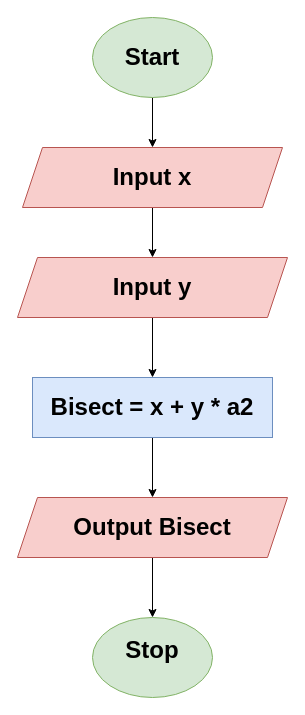
Earlier version of the draw.io diagram Untitled Diagram.drawio (auroprakash5/ScratchProjects). Source tidied: cells renumbered, new cells numbered last; positions are measured from the earlier drawing's top-left corner, leaving out a move shared by most shapes. Both pictures are drawn from the tidied source at 100%, with x=0, y=0 at pixel (17, 17).
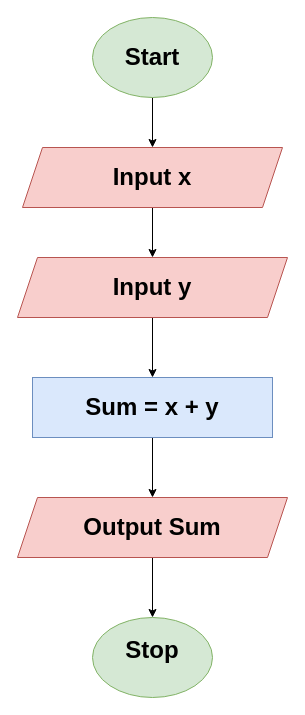
The same diagram, later.

The edit, as a diff of the source:
```diff
@@
 <mxGraphModel>
   <root>
     <mxCell id="0" />
     <mxCell id="1" parent="0" />
     <mxCell id="2" style="edgeStyle=orthogonalEdgeStyle;rounded=0;jettySize=auto;html=1;" parent="1" edge="1" source="3" target="5">
       <mxGeometry relative="1" as="geometry" />
     </mxCell>
     <mxCell id="3" value="&lt;h1&gt;Start&lt;/h1&gt;" style="ellipse;whiteSpace=wrap;html=1;fillColor=#d5e8d4;strokeColor=#82b366;" parent="1" vertex="1">
       <mxGeometry x="75" width="120" height="80" as="geometry" />
     </mxCell>
     <mxCell id="4" style="edgeStyle=orthogonalEdgeStyle;rounded=0;jettySize=auto;html=1;" parent="1" edge="1" source="5" target="7">
       <mxGeometry relative="1" as="geometry" />
     </mxCell>
     <mxCell id="5" value="&lt;h1&gt;Input x&lt;/h1&gt;" style="shape=parallelogram;perimeter=parallelogramPerimeter;whiteSpace=wrap;html=1;fixedSize=1;fillColor=#f8cecc;strokeColor=#b85450;" parent="1" vertex="1">
       <mxGeometry x="5" y="130" width="260" height="60" as="geometry" />
     </mxCell>
     <mxCell id="6" style="edgeStyle=orthogonalEdgeStyle;rounded=0;jettySize=auto;html=1;" parent="1" edge="1" source="7" target="9">
       <mxGeometry relative="1" as="geometry" />
     </mxCell>
     <mxCell id="7" value="&lt;h1&gt;Input y&lt;/h1&gt;" style="shape=parallelogram;perimeter=parallelogramPerimeter;whiteSpace=wrap;html=1;fixedSize=1;fillColor=#f8cecc;strokeColor=#b85450;" parent="1" vertex="1">
       <mxGeometry y="240" width="270" height="60" as="geometry" />
     </mxCell>
     <mxCell id="8" style="edgeStyle=orthogonalEdgeStyle;rounded=0;jettySize=auto;html=1;" parent="1" edge="1" source="9" target="11">
       <mxGeometry relative="1" as="geometry" />
     </mxCell>
-    <mxCell id="9" value="&lt;h1&gt;Bisect = x + y * a2&lt;/h1&gt;" style="whiteSpace=wrap;html=1;fillColor=#dae8fc;strokeColor=#6c8ebf;" parent="1" vertex="1">
+    <mxCell id="9" value="&lt;h1&gt;Sum = x + y&lt;/h1&gt;" style="whiteSpace=wrap;html=1;fillColor=#dae8fc;strokeColor=#6c8ebf;" parent="1" vertex="1">
       <mxGeometry x="15" y="360" width="240" height="60" as="geometry" />
     </mxCell>
     <mxCell id="10" style="edgeStyle=orthogonalEdgeStyle;rounded=0;jettySize=auto;html=1;" parent="1" edge="1" source="11" target="12">
       <mxGeometry relative="1" as="geometry" />
     </mxCell>
-    <mxCell id="11" value="&lt;h1&gt;Output Bisect&lt;/h1&gt;" style="shape=parallelogram;perimeter=parallelogramPerimeter;whiteSpace=wrap;html=1;fixedSize=1;fillColor=#f8cecc;strokeColor=#b85450;" parent="1" vertex="1">
+    <mxCell id="11" value="&lt;h1&gt;Output Sum&lt;/h1&gt;" style="shape=parallelogram;perimeter=parallelogramPerimeter;whiteSpace=wrap;html=1;fixedSize=1;fillColor=#f8cecc;strokeColor=#b85450;" parent="1" vertex="1">
       <mxGeometry y="480" width="270" height="60" as="geometry" />
     </mxCell>
     <mxCell id="12" value="&lt;h1&gt;Stop&lt;/h1&gt;&lt;div&gt;&lt;br&gt;&lt;/div&gt;" style="ellipse;whiteSpace=wrap;html=1;fillColor=#d5e8d4;strokeColor=#82b366;" parent="1" vertex="1">
       <mxGeometry x="75" y="600" width="120" height="80" as="geometry" />
     </mxCell>
   </root>
 </mxGraphModel>
```
